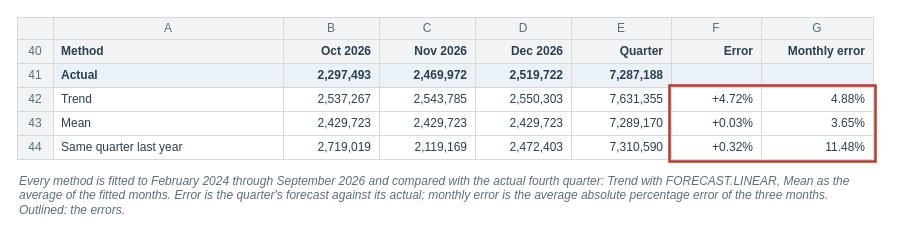
Above: visuals/src/fig-07-03-forecast-backtest.drawio in mmcodesso/Accounting_Analytics_Book (draw.io), before the change. Source tidied: cells renumbered, new cells numbered last; positions are measured from the earlier drawing's top-left corner, leaving out a move shared by most shapes. Both pictures are drawn from the tidied source at 100%, with x=0, y=0 at pixel (17, 17).
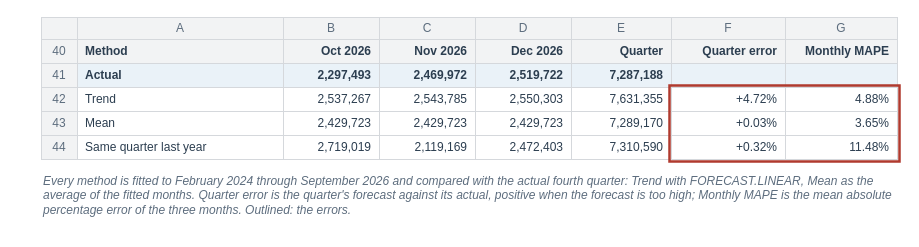
Above is the later version.

What changed in the source:
```diff
@@
     <mxCell id="2" style="rounded=0;html=1;fillColor=none;strokeColor=none;" parent="1" vertex="1">
-      <mxGeometry width="860" height="212" as="geometry" />
+      <mxGeometry x="24" width="860" height="212" as="geometry" />
     </mxCell>
     <mxCell id="3" style="rounded=0;arcSize=6;whiteSpace=wrap;html=1;fillColor=#F2F3F4;strokeColor=#D5D8DC;strokeWidth=1;fontColor=#5D6D7E;fontSize=12;fontStyle=0;align=center;verticalAlign=middle;fontFamily=Helvetica;spacingLeft=6;spacingRight=6;" parent="1" vertex="1">
-      <mxGeometry width="36" height="22" as="geometry" />
+      <mxGeometry x="24" width="36" height="22" as="geometry" />
     </mxCell>
     <mxCell id="4" value="A" style="rounded=0;arcSize=6;whiteSpace=wrap;html=1;fillColor=#F2F3F4;strokeColor=#D5D8DC;strokeWidth=1;fontColor=#5D6D7E;fontSize=12;fontStyle=0;align=center;verticalAlign=middle;fontFamily=Helvetica;spacingLeft=6;spacingRight=6;" parent="1" vertex="1">
-      <mxGeometry x="36" width="230" height="22" as="geometry" />
+      <mxGeometry x="60" width="206" height="22" as="geometry" />
     </mxCell>
@@
     <mxCell id="9" value="F" style="rounded=0;arcSize=6;whiteSpace=wrap;html=1;fillColor=#F2F3F4;strokeColor=#D5D8DC;strokeWidth=1;fontColor=#5D6D7E;fontSize=12;fontStyle=0;align=center;verticalAlign=middle;fontFamily=Helvetica;spacingLeft=6;spacingRight=6;" parent="1" vertex="1">
-      <mxGeometry x="654" width="90" height="22" as="geometry" />
+      <mxGeometry x="654" width="114" height="22" as="geometry" />
     </mxCell>
     <mxCell id="10" value="G" style="rounded=0;arcSize=6;whiteSpace=wrap;html=1;fillColor=#F2F3F4;strokeColor=#D5D8DC;strokeWidth=1;fontColor=#5D6D7E;fontSize=12;fontStyle=0;align=center;verticalAlign=middle;fontFamily=Helvetica;spacingLeft=6;spacingRight=6;" parent="1" vertex="1">
-      <mxGeometry x="744" width="112" height="22" as="geometry" />
+      <mxGeometry x="768" width="112" height="22" as="geometry" />
     </mxCell>
     <mxCell id="11" value="40" style="rounded=0;arcSize=6;whiteSpace=wrap;html=1;fillColor=#F2F3F4;strokeColor=#D5D8DC;strokeWidth=1;fontColor=#5D6D7E;fontSize=12;fontStyle=0;align=center;verticalAlign=middle;fontFamily=Helvetica;spacingLeft=6;spacingRight=6;" parent="1" vertex="1">
-      <mxGeometry y="22" width="36" height="24" as="geometry" />
+      <mxGeometry x="24" y="22" width="36" height="24" as="geometry" />
     </mxCell>
     <mxCell id="12" value="&lt;b&gt;Method&lt;/b&gt;" style="rounded=0;arcSize=6;whiteSpace=wrap;html=1;fillColor=#F2F3F4;strokeColor=#D5D8DC;strokeWidth=1;fontColor=#2C3E50;fontSize=12;fontStyle=0;align=left;verticalAlign=middle;fontFamily=Helvetica;spacingLeft=6;spacingRight=6;" parent="1" vertex="1">
-      <mxGeometry x="36" y="22" width="230" height="24" as="geometry" />
+      <mxGeometry x="60" y="22" width="206" height="24" as="geometry" />
     </mxCell>
@@
-    <mxCell id="17" value="&lt;b&gt;Error&lt;/b&gt;" style="rounded=0;arcSize=6;whiteSpace=wrap;html=1;fillColor=#F2F3F4;strokeColor=#D5D8DC;strokeWidth=1;fontColor=#2C3E50;fontSize=12;fontStyle=0;align=right;verticalAlign=middle;fontFamily=Helvetica;spacingLeft=6;spacingRight=6;" parent="1" vertex="1">
-      <mxGeometry x="654" y="22" width="90" height="24" as="geometry" />
+    <mxCell id="17" value="&lt;b&gt;Quarter error&lt;/b&gt;" style="rounded=0;arcSize=6;whiteSpace=wrap;html=1;fillColor=#F2F3F4;strokeColor=#D5D8DC;strokeWidth=1;fontColor=#2C3E50;fontSize=12;fontStyle=0;align=right;verticalAlign=middle;fontFamily=Helvetica;spacingLeft=6;spacingRight=6;" parent="1" vertex="1">
+      <mxGeometry x="654" y="22" width="114" height="24" as="geometry" />
     </mxCell>
-    <mxCell id="18" value="&lt;b&gt;Monthly error&lt;/b&gt;" style="rounded=0;arcSize=6;whiteSpace=wrap;html=1;fillColor=#F2F3F4;strokeColor=#D5D8DC;strokeWidth=1;fontColor=#2C3E50;fontSize=12;fontStyle=0;align=right;verticalAlign=middle;fontFamily=Helvetica;spacingLeft=6;spacingRight=6;" parent="1" vertex="1">
-      <mxGeometry x="744" y="22" width="112" height="24" as="geometry" />
+    <mxCell id="18" value="&lt;b&gt;Monthly MAPE&lt;/b&gt;" style="rounded=0;arcSize=6;whiteSpace=wrap;html=1;fillColor=#F2F3F4;strokeColor=#D5D8DC;strokeWidth=1;fontColor=#2C3E50;fontSize=12;fontStyle=0;align=right;verticalAlign=middle;fontFamily=Helvetica;spacingLeft=6;spacingRight=6;" parent="1" vertex="1">
+      <mxGeometry x="768" y="22" width="112" height="24" as="geometry" />
     </mxCell>
     <mxCell id="19" value="41" style="rounded=0;arcSize=6;whiteSpace=wrap;html=1;fillColor=#F2F3F4;strokeColor=#D5D8DC;strokeWidth=1;fontColor=#5D6D7E;fontSize=12;fontStyle=0;align=center;verticalAlign=middle;fontFamily=Helvetica;spacingLeft=6;spacingRight=6;" parent="1" vertex="1">
-      <mxGeometry y="46" width="36" height="24" as="geometry" />
+      <mxGeometry x="24" y="46" width="36" height="24" as="geometry" />
     </mxCell>
     <mxCell id="20" value="&lt;b&gt;Actual&lt;/b&gt;" style="rounded=0;arcSize=6;whiteSpace=wrap;html=1;fillColor=#EAF2F8;strokeColor=#D5D8DC;strokeWidth=1;fontColor=#2C3E50;fontSize=12;fontStyle=0;align=left;verticalAlign=middle;fontFamily=Helvetica;spacingLeft=6;spacingRight=6;" parent="1" vertex="1">
-      <mxGeometry x="36" y="46" width="230" height="24" as="geometry" />
+      <mxGeometry x="60" y="46" width="206" height="24" as="geometry" />
     </mxCell>
@@
     <mxCell id="25" value="&lt;b&gt;&lt;/b&gt;" style="rounded=0;arcSize=6;whiteSpace=wrap;html=1;fillColor=#EAF2F8;strokeColor=#D5D8DC;strokeWidth=1;fontColor=#2C3E50;fontSize=12;fontStyle=0;align=right;verticalAlign=middle;fontFamily=Helvetica;spacingLeft=6;spacingRight=6;" parent="1" vertex="1">
-      <mxGeometry x="654" y="46" width="90" height="24" as="geometry" />
+      <mxGeometry x="654" y="46" width="114" height="24" as="geometry" />
     </mxCell>
     <mxCell id="26" value="&lt;b&gt;&lt;/b&gt;" style="rounded=0;arcSize=6;whiteSpace=wrap;html=1;fillColor=#EAF2F8;strokeColor=#D5D8DC;strokeWidth=1;fontColor=#2C3E50;fontSize=12;fontStyle=0;align=right;verticalAlign=middle;fontFamily=Helvetica;spacingLeft=6;spacingRight=6;" parent="1" vertex="1">
-      <mxGeometry x="744" y="46" width="112" height="24" as="geometry" />
+      <mxGeometry x="768" y="46" width="112" height="24" as="geometry" />
     </mxCell>
     <mxCell id="27" value="42" style="rounded=0;arcSize=6;whiteSpace=wrap;html=1;fillColor=#F2F3F4;strokeColor=#D5D8DC;strokeWidth=1;fontColor=#5D6D7E;fontSize=12;fontStyle=0;align=center;verticalAlign=middle;fontFamily=Helvetica;spacingLeft=6;spacingRight=6;" parent="1" vertex="1">
-      <mxGeometry y="70" width="36" height="24" as="geometry" />
+      <mxGeometry x="24" y="70" width="36" height="24" as="geometry" />
     </mxCell>
     <mxCell id="28" value="Trend" style="rounded=0;arcSize=6;whiteSpace=wrap;html=1;fillColor=#FFFFFF;strokeColor=#D5D8DC;strokeWidth=1;fontColor=#2C3E50;fontSize=12;fontStyle=0;align=left;verticalAlign=middle;fontFamily=Helvetica;spacingLeft=6;spacingRight=6;" parent="1" vertex="1">
-      <mxGeometry x="36" y="70" width="230" height="24" as="geometry" />
+      <mxGeometry x="60" y="70" width="206" height="24" as="geometry" />
     </mxCell>
@@
     <mxCell id="33" value="+4.72%" style="rounded=0;arcSize=6;whiteSpace=wrap;html=1;fillColor=#FFFFFF;strokeColor=#D5D8DC;strokeWidth=1;fontColor=#2C3E50;fontSize=12;fontStyle=0;align=right;verticalAlign=middle;fontFamily=Helvetica;spacingLeft=6;spacingRight=6;" parent="1" vertex="1">
-      <mxGeometry x="654" y="70" width="90" height="24" as="geometry" />
+      <mxGeometry x="654" y="70" width="114" height="24" as="geometry" />
     </mxCell>
     <mxCell id="34" value="4.88%" style="rounded=0;arcSize=6;whiteSpace=wrap;html=1;fillColor=#FFFFFF;strokeColor=#D5D8DC;strokeWidth=1;fontColor=#2C3E50;fontSize=12;fontStyle=0;align=right;verticalAlign=middle;fontFamily=Helvetica;spacingLeft=6;spacingRight=6;" parent="1" vertex="1">
-      <mxGeometry x="744" y="70" width="112" height="24" as="geometry" />
+      <mxGeometry x="768" y="70" width="112" height="24" as="geometry" />
     </mxCell>
     <mxCell id="35" value="43" style="rounded=0;arcSize=6;whiteSpace=wrap;html=1;fillColor=#F2F3F4;strokeColor=#D5D8DC;strokeWidth=1;fontColor=#5D6D7E;fontSize=12;fontStyle=0;align=center;verticalAlign=middle;fontFamily=Helvetica;spacingLeft=6;spacingRight=6;" parent="1" vertex="1">
-      <mxGeometry y="94" width="36" height="24" as="geometry" />
+      <mxGeometry x="24" y="94" width="36" height="24" as="geometry" />
     </mxCell>
     <mxCell id="36" value="Mean" style="rounded=0;arcSize=6;whiteSpace=wrap;html=1;fillColor=#FFFFFF;strokeColor=#D5D8DC;strokeWidth=1;fontColor=#2C3E50;fontSize=12;fontStyle=0;align=left;verticalAlign=middle;fontFamily=Helvetica;spacingLeft=6;spacingRight=6;" parent="1" vertex="1">
-      <mxGeometry x="36" y="94" width="230" height="24" as="geometry" />
+      <mxGeometry x="60" y="94" width="206" height="24" as="geometry" />
     </mxCell>
@@
     <mxCell id="41" value="+0.03%" style="rounded=0;arcSize=6;whiteSpace=wrap;html=1;fillColor=#FFFFFF;strokeColor=#D5D8DC;strokeWidth=1;fontColor=#2C3E50;fontSize=12;fontStyle=0;align=right;verticalAlign=middle;fontFamily=Helvetica;spacingLeft=6;spacingRight=6;" parent="1" vertex="1">
-      <mxGeometry x="654" y="94" width="90" height="24" as="geometry" />
+      <mxGeometry x="654" y="94" width="114" height="24" as="geometry" />
     </mxCell>
     <mxCell id="42" value="3.65%" style="rounded=0;arcSize=6;whiteSpace=wrap;html=1;fillColor=#FFFFFF;strokeColor=#D5D8DC;strokeWidth=1;fontColor=#2C3E50;fontSize=12;fontStyle=0;align=right;verticalAlign=middle;fontFamily=Helvetica;spacingLeft=6;spacingRight=6;" parent="1" vertex="1">
-      <mxGeometry x="744" y="94" width="112" height="24" as="geometry" />
+      <mxGeometry x="768" y="94" width="112" height="24" as="geometry" />
     </mxCell>
     <mxCell id="43" value="44" style="rounded=0;arcSize=6;whiteSpace=wrap;html=1;fillColor=#F2F3F4;strokeColor=#D5D8DC;strokeWidth=1;fontColor=#5D6D7E;fontSize=12;fontStyle=0;align=center;verticalAlign=middle;fontFamily=Helvetica;spacingLeft=6;spacingRight=6;" parent="1" vertex="1">
-      <mxGeometry y="118" width="36" height="24" as="geometry" />
+      <mxGeometry x="24" y="118" width="36" height="24" as="geometry" />
     </mxCell>
     <mxCell id="44" value="Same quarter last year" style="rounded=0;arcSize=6;whiteSpace=wrap;html=1;fillColor=#FFFFFF;strokeColor=#D5D8DC;strokeWidth=1;fontColor=#2C3E50;fontSize=12;fontStyle=0;align=left;verticalAlign=middle;fontFamily=Helvetica;spacingLeft=6;spacingRight=6;" parent="1" vertex="1">
-      <mxGeometry x="36" y="118" width="230" height="24" as="geometry" />
+      <mxGeometry x="60" y="118" width="206" height="24" as="geometry" />
     </mxCell>
@@
     <mxCell id="49" value="+0.32%" style="rounded=0;arcSize=6;whiteSpace=wrap;html=1;fillColor=#FFFFFF;strokeColor=#D5D8DC;strokeWidth=1;fontColor=#2C3E50;fontSize=12;fontStyle=0;align=right;verticalAlign=middle;fontFamily=Helvetica;spacingLeft=6;spacingRight=6;" parent="1" vertex="1">
-      <mxGeometry x="654" y="118" width="90" height="24" as="geometry" />
+      <mxGeometry x="654" y="118" width="114" height="24" as="geometry" />
     </mxCell>
     <mxCell id="50" value="11.48%" style="rounded=0;arcSize=6;whiteSpace=wrap;html=1;fillColor=#FFFFFF;strokeColor=#D5D8DC;strokeWidth=1;fontColor=#2C3E50;fontSize=12;fontStyle=0;align=right;verticalAlign=middle;fontFamily=Helvetica;spacingLeft=6;spacingRight=6;" parent="1" vertex="1">
-      <mxGeometry x="744" y="118" width="112" height="24" as="geometry" />
+      <mxGeometry x="768" y="118" width="112" height="24" as="geometry" />
     </mxCell>
-    <mxCell id="51" value="&lt;i&gt;Every method is fitted to February 2024 through September 2026 and compared with the actual fourth quarter: Trend with FORECAST.LINEAR, Mean as the average of the fitted months. Error is the quarter's forecast against its actual; monthly error is the average absolute percentage error of the three months. Outlined: the errors.&lt;/i&gt;" style="text;html=1;whiteSpace=wrap;align=left;verticalAlign=top;fontSize=12;fontColor=#5D6D7E;fontStyle=0;fontFamily=Helvetica;spacing=2;fillColor=none;strokeColor=none;" parent="1" vertex="1">
-      <mxGeometry y="150" width="860" height="60" as="geometry" />
+    <mxCell id="51" value="&lt;i&gt;Every method is fitted to February 2024 through September 2026 and compared with the actual fourth quarter: Trend with FORECAST.LINEAR, Mean as the average of the fitted months. Quarter error is the quarter's forecast against its actual, positive when the forecast is too high; Monthly MAPE is the mean absolute percentage error of the three months. Outlined: the errors.&lt;/i&gt;" style="text;html=1;whiteSpace=wrap;align=left;verticalAlign=top;fontSize=12;fontColor=#5D6D7E;fontStyle=0;fontFamily=Helvetica;spacing=2;fillColor=none;strokeColor=none;" parent="1" vertex="1">
+      <mxGeometry x="24" y="150" width="860" height="60" as="geometry" />
     </mxCell>
     <mxCell id="52" style="rounded=0;html=1;fillColor=none;strokeColor=#B03A2E;strokeWidth=2.5;" parent="1" vertex="1">
-      <mxGeometry x="652" y="68" width="206" height="76" as="geometry" />
+      <mxGeometry x="652" y="68" width="230" height="76" as="geometry" />
     </mxCell>
```
